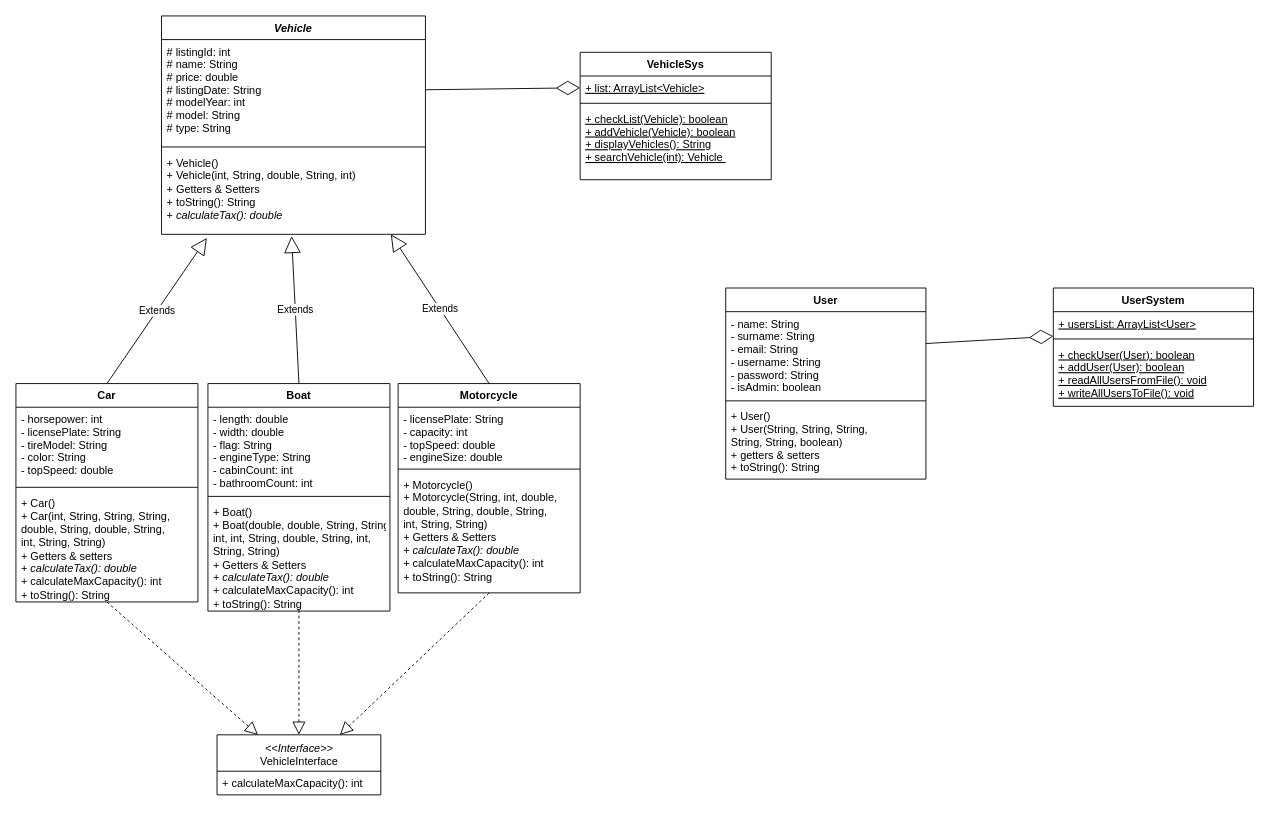
Above: UML/vehiclesellingportal.drawio in bariis/javaproject (draw.io), before the change. Source tidied: cells renumbered, new cells numbered last; positions are measured from the earlier drawing's top-left corner, leaving out a move shared by most shapes. Both pictures are drawn from the tidied source at 91%, with x=0, y=0 at pixel (15, 15).
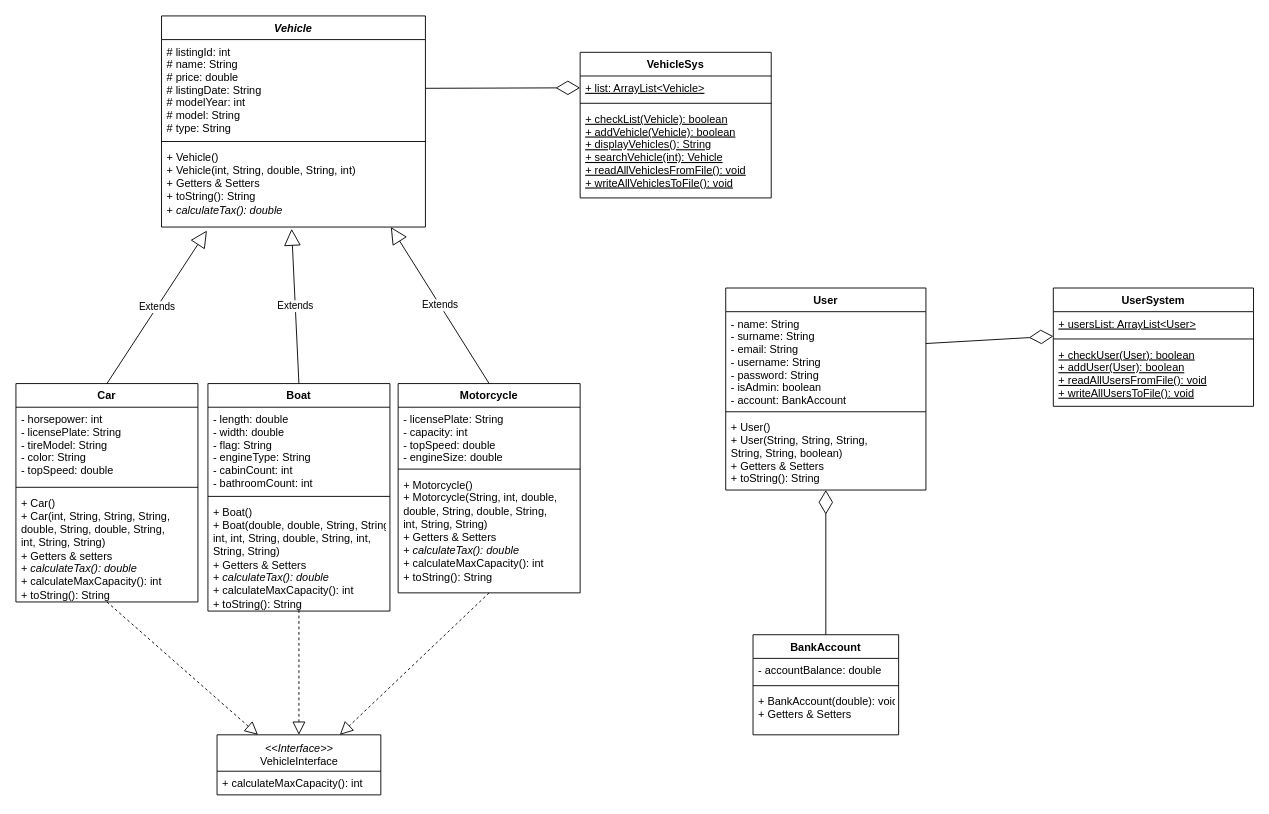
The same diagram, later.

What changed in the source:
```diff
@@
     <mxCell id="2" value="Vehicle" style="swimlane;fontStyle=3;align=center;verticalAlign=top;horizontal=1;startSize=26;" parent="1" vertex="1">
-      <mxGeometry x="160" width="290" height="240" as="geometry" />
+      <mxGeometry x="160" width="290" height="232" as="geometry" />
     </mxCell>
-    <mxCell id="3" value="# listingId: int&#10;# name: String&#10;# price: double&#10;# listingDate: String&#10;# modelYear: int&#10;# model: String&#10;# type: String&#10;&#10;&#10;" style="text;strokeColor=none;fillColor=none;align=left;verticalAlign=top;spacingLeft=4;spacingRight=4;overflow=hidden;points=[[0,0.5],[1,0.5]];portConstraint=eastwest;" parent="2" vertex="1">
-      <mxGeometry y="26" width="290" height="114" as="geometry" />
+    <mxCell id="3" value="# listingId: int&#10;# name: String&#10;# price: double&#10;# listingDate: String&#10;# modelYear: int&#10;# model: String&#10;# type: String&#10;&#10;&#10;&#10;" style="text;strokeColor=none;fillColor=none;align=left;verticalAlign=top;spacingLeft=4;spacingRight=4;overflow=hidden;points=[[0,0.5],[1,0.5]];portConstraint=eastwest;" parent="2" vertex="1">
+      <mxGeometry y="26" width="290" height="108" as="geometry" />
     </mxCell>
     <mxCell id="4" style="line;strokeWidth=1;fillColor=none;align=left;verticalAlign=middle;spacingTop=-1;spacingLeft=3;spacingRight=3;labelPosition=right;" parent="2" vertex="1">
-      <mxGeometry y="140" width="290" height="8" as="geometry" />
+      <mxGeometry y="134" width="290" height="8" as="geometry" />
     </mxCell>
-    <mxCell id="5" value="+ Vehicle()&lt;br&gt;+ Vehicle(int, String, double, String, int)&lt;br&gt;&lt;div&gt;+ Getters &amp;amp; Setters&lt;/div&gt;&lt;div&gt;+ toString(): String&lt;/div&gt;&lt;div&gt;+&lt;i&gt; calculateTax(): double&lt;/i&gt;&lt;/div&gt;&lt;div&gt;&lt;i&gt;&lt;br&gt;&lt;/i&gt; &lt;/div&gt;" style="text;strokeColor=none;fillColor=none;align=left;verticalAlign=top;spacingLeft=4;spacingRight=4;overflow=hidden;points=[[0,0.5],[1,0.5]];portConstraint=eastwest;html=1;" parent="2" vertex="1">
-      <mxGeometry y="148" width="290" height="92" as="geometry" />
+    <mxCell id="5" value="+ Vehicle()&lt;br&gt;+ Vehicle(int, String, double, String, int)&lt;br&gt;&lt;div&gt;+ Getters &amp;amp; Setters&lt;/div&gt;&lt;div&gt;+ toString(): String&lt;/div&gt;&lt;div&gt;+&lt;i&gt; calculateTax(): double&lt;/i&gt;&lt;/div&gt;" style="text;strokeColor=none;fillColor=none;align=left;verticalAlign=top;spacingLeft=4;spacingRight=4;overflow=hidden;points=[[0,0.5],[1,0.5]];portConstraint=eastwest;html=1;" parent="2" vertex="1">
+      <mxGeometry y="142" width="290" height="90" as="geometry" />
     </mxCell>
@@
     <mxCell id="26" value="User&#10;" style="swimlane;fontStyle=1;align=center;verticalAlign=top;horizontal=1;startSize=26;" parent="1" vertex="1">
-      <mxGeometry x="780" y="299" width="220" height="210" as="geometry" />
+      <mxGeometry x="780" y="299" width="220" height="222" as="geometry" />
     </mxCell>
-    <mxCell id="27" value="- name: String&#10;- surname: String&#10;- email: String&#10;- username: String&#10;- password: String&#10;- isAdmin: boolean" style="text;strokeColor=none;fillColor=none;align=left;verticalAlign=top;spacingLeft=4;spacingRight=4;overflow=hidden;" parent="26" vertex="1">
-      <mxGeometry y="26" width="220" height="94" as="geometry" />
+    <mxCell id="27" value="- name: String&#10;- surname: String&#10;- email: String&#10;- username: String&#10;- password: String&#10;- isAdmin: boolean&#10;- account: BankAccount" style="text;strokeColor=none;fillColor=none;align=left;verticalAlign=top;spacingLeft=4;spacingRight=4;overflow=hidden;" parent="26" vertex="1">
+      <mxGeometry y="26" width="220" height="106" as="geometry" />
     </mxCell>
     <mxCell id="28" style="line;strokeWidth=1;fillColor=none;align=left;verticalAlign=middle;spacingTop=-1;spacingLeft=3;spacingRight=3;labelPosition=right;" parent="26" vertex="1">
-      <mxGeometry y="120" width="220" height="8" as="geometry" />
+      <mxGeometry y="132" width="220" height="8" as="geometry" />
     </mxCell>
-    <mxCell id="29" value="+ User()&#10;+ User(String, String, String,&#10;String, String, boolean)&#10;+ getters &amp; setters&#10;+ toString(): String" style="text;strokeColor=none;fillColor=none;align=left;verticalAlign=top;spacingLeft=4;spacingRight=4;overflow=hidden;points=[[0,0.5],[1,0.5]];portConstraint=eastwest;" parent="26" vertex="1">
-      <mxGeometry y="128" width="220" height="82" as="geometry" />
+    <mxCell id="29" value="+ User()&#10;+ User(String, String, String,&#10;String, String, boolean)&#10;+ Getters &amp; Setters&#10;+ toString(): String" style="text;strokeColor=none;fillColor=none;align=left;verticalAlign=top;spacingLeft=4;spacingRight=4;overflow=hidden;points=[[0,0.5],[1,0.5]];portConstraint=eastwest;" parent="26" vertex="1">
+      <mxGeometry y="140" width="220" height="82" as="geometry" />
     </mxCell>
     <mxCell id="30" value="VehicleSys" style="swimlane;fontStyle=1;align=center;verticalAlign=top;horizontal=1;startSize=26;" parent="1" vertex="1">
-      <mxGeometry x="620" y="40" width="210" height="140" as="geometry" />
+      <mxGeometry x="620" y="40" width="210" height="160" as="geometry" />
     </mxCell>
@@
-    <mxCell id="33" value="+ checkList(Vehicle): boolean&#10;+ addVehicle(Vehicle): boolean&#10;+ displayVehicles(): String&#10;+ searchVehicle(int): Vehicle " style="text;strokeColor=none;fillColor=none;align=left;verticalAlign=top;spacingLeft=4;spacingRight=4;overflow=hidden;fontStyle=4;" parent="30" vertex="1">
-      <mxGeometry y="60" width="210" height="80" as="geometry" />
+    <mxCell id="33" value="+ checkList(Vehicle): boolean&#10;+ addVehicle(Vehicle): boolean&#10;+ displayVehicles(): String&#10;+ searchVehicle(int): Vehicle&#10;+ readAllVehiclesFromFile(): void&#10;+ writeAllVehiclesToFile(): void &#10;" style="text;strokeColor=none;fillColor=none;align=left;verticalAlign=top;spacingLeft=4;spacingRight=4;overflow=hidden;fontStyle=4;" parent="30" vertex="1">
+      <mxGeometry y="60" width="210" height="100" as="geometry" />
     </mxCell>
@@
+    <mxCell id="40" value="BankAccount" style="swimlane;fontStyle=1;align=center;verticalAlign=top;horizontal=1;startSize=26;" parent="1" vertex="1">
+      <mxGeometry x="810" y="680" width="160" height="110" as="geometry" />
+    </mxCell>
+    <mxCell id="41" value="- accountBalance: double" style="text;strokeColor=none;fillColor=none;align=left;verticalAlign=top;spacingLeft=4;spacingRight=4;overflow=hidden;" parent="40" vertex="1">
+      <mxGeometry y="26" width="160" height="26" as="geometry" />
+    </mxCell>
+    <mxCell id="42" style="line;strokeWidth=1;fillColor=none;align=left;verticalAlign=middle;spacingTop=-1;spacingLeft=3;spacingRight=3;labelPosition=right;" parent="40" vertex="1">
+      <mxGeometry y="52" width="160" height="8" as="geometry" />
+    </mxCell>
+    <mxCell id="43" value="+ BankAccount(double): void&#10;+ Getters &amp; Setters&#10;" style="text;strokeColor=none;fillColor=none;align=left;verticalAlign=top;spacingLeft=4;spacingRight=4;overflow=hidden;" parent="40" vertex="1">
+      <mxGeometry y="60" width="160" height="50" as="geometry" />
+    </mxCell>
+    <mxCell id="44" style="endArrow=diamondThin;endFill=0;endSize=24;html=1;exitX=0.5;exitY=0;exitDx=0;exitDy=0;" parent="1" edge="1" source="40" target="29">
+      <mxGeometry relative="1" as="geometry" />
+    </mxCell>
```
